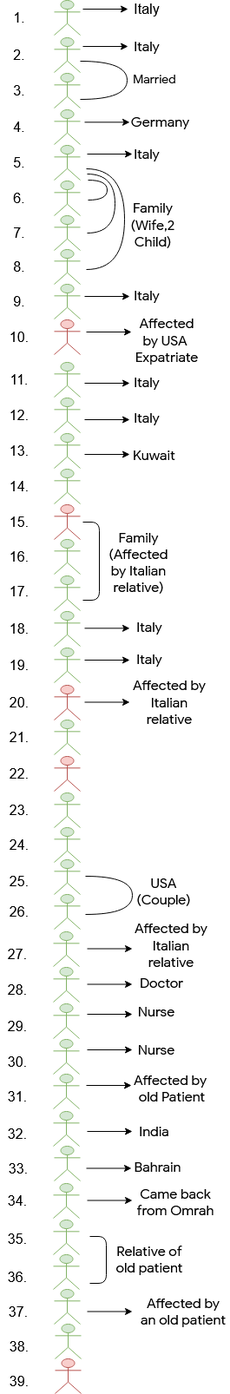
Before: assets/img/CoronaInfo.PNG, a diagram exported from draw.io (TeamTigers/coronainfobd). Source tidied: cells renumbered, new cells last; positions are measured from the earlier drawing's top-left corner, leaving out a move shared by most shapes.
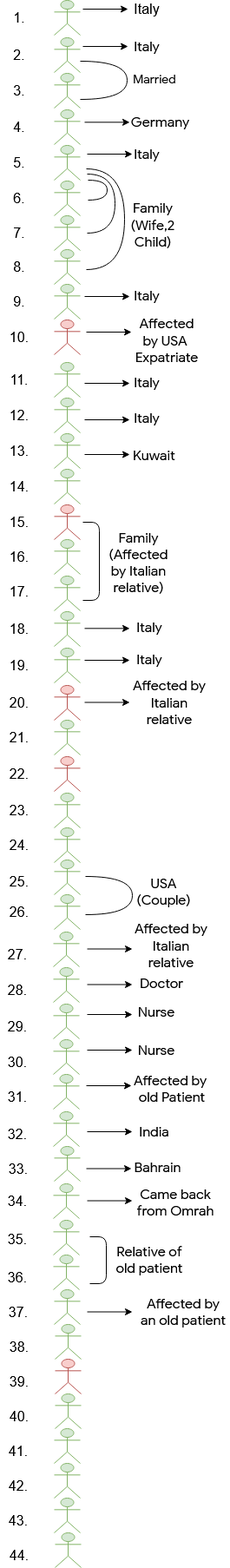
Above is the later version.

What changed in the source:
```diff
@@ -512,5 +512,35 @@
     <mxCell id="134" value="&lt;font style=&quot;font-size: 16px&quot;&gt;Came back from Omrah&lt;/font&gt;" style="text;html=1;strokeColor=none;fillColor=none;align=center;verticalAlign=middle;whiteSpace=wrap;rounded=0;fontFamily=Google Sans;" parent="1" vertex="1">
       <mxGeometry x="153.5" y="1368" width="95.5" height="34" as="geometry" />
     </mxCell>
+    <mxCell id="135" style="shape=umlActor;verticalLabelPosition=bottom;labelBackgroundColor=#ffffff;verticalAlign=top;html=1;fillColor=#d5e8d4;strokeColor=#82b366;" parent="1" vertex="1">
+      <mxGeometry x="63" y="1605" width="30" height="40" as="geometry" />
+    </mxCell>
+    <mxCell id="136" value="&lt;font style=&quot;font-size: 16px&quot;&gt;40.&lt;/font&gt;" style="text;html=1;strokeColor=none;fillColor=none;align=center;verticalAlign=middle;whiteSpace=wrap;rounded=0;" parent="1" vertex="1">
+      <mxGeometry x="2" y="1621" width="40" height="20" as="geometry" />
+    </mxCell>
+    <mxCell id="137" style="shape=umlActor;verticalLabelPosition=bottom;labelBackgroundColor=#ffffff;verticalAlign=top;html=1;fillColor=#d5e8d4;strokeColor=#82b366;" parent="1" vertex="1">
+      <mxGeometry x="62" y="1645" width="30" height="40" as="geometry" />
+    </mxCell>
+    <mxCell id="138" value="&lt;div&gt;&lt;font style=&quot;font-size: 16px&quot;&gt;41.&lt;/font&gt;&lt;/div&gt;" style="text;html=1;strokeColor=none;fillColor=none;align=center;verticalAlign=middle;whiteSpace=wrap;rounded=0;" parent="1" vertex="1">
+      <mxGeometry x="1" y="1661" width="40" height="20" as="geometry" />
+    </mxCell>
+    <mxCell id="139" style="shape=umlActor;verticalLabelPosition=bottom;labelBackgroundColor=#ffffff;verticalAlign=top;html=1;fillColor=#d5e8d4;strokeColor=#82b366;" parent="1" vertex="1">
+      <mxGeometry x="62" y="1685" width="30" height="40" as="geometry" />
+    </mxCell>
+    <mxCell id="140" value="&lt;font style=&quot;font-size: 16px&quot;&gt;42.&lt;/font&gt;" style="text;html=1;strokeColor=none;fillColor=none;align=center;verticalAlign=middle;whiteSpace=wrap;rounded=0;" parent="1" vertex="1">
+      <mxGeometry x="1" y="1701" width="40" height="20" as="geometry" />
+    </mxCell>
+    <mxCell id="141" style="shape=umlActor;verticalLabelPosition=bottom;labelBackgroundColor=#ffffff;verticalAlign=top;html=1;fillColor=#d5e8d4;strokeColor=#82b366;" parent="1" vertex="1">
+      <mxGeometry x="62" y="1725" width="30" height="40" as="geometry" />
+    </mxCell>
+    <mxCell id="142" value="&lt;font style=&quot;font-size: 16px&quot;&gt;43.&lt;/font&gt;" style="text;html=1;strokeColor=none;fillColor=none;align=center;verticalAlign=middle;whiteSpace=wrap;rounded=0;" parent="1" vertex="1">
+      <mxGeometry x="1" y="1741" width="40" height="20" as="geometry" />
+    </mxCell>
+    <mxCell id="143" style="shape=umlActor;verticalLabelPosition=bottom;labelBackgroundColor=#ffffff;verticalAlign=top;html=1;fillColor=#d5e8d4;strokeColor=#82b366;" parent="1" vertex="1">
+      <mxGeometry x="63" y="1765" width="30" height="40" as="geometry" />
+    </mxCell>
+    <mxCell id="144" value="&lt;font style=&quot;font-size: 16px&quot;&gt;44.&lt;/font&gt;" style="text;html=1;strokeColor=none;fillColor=none;align=center;verticalAlign=middle;whiteSpace=wrap;rounded=0;" parent="1" vertex="1">
+      <mxGeometry x="2" y="1781" width="40" height="20" as="geometry" />
+    </mxCell>
   </root>
 </mxGraphModel>
```
